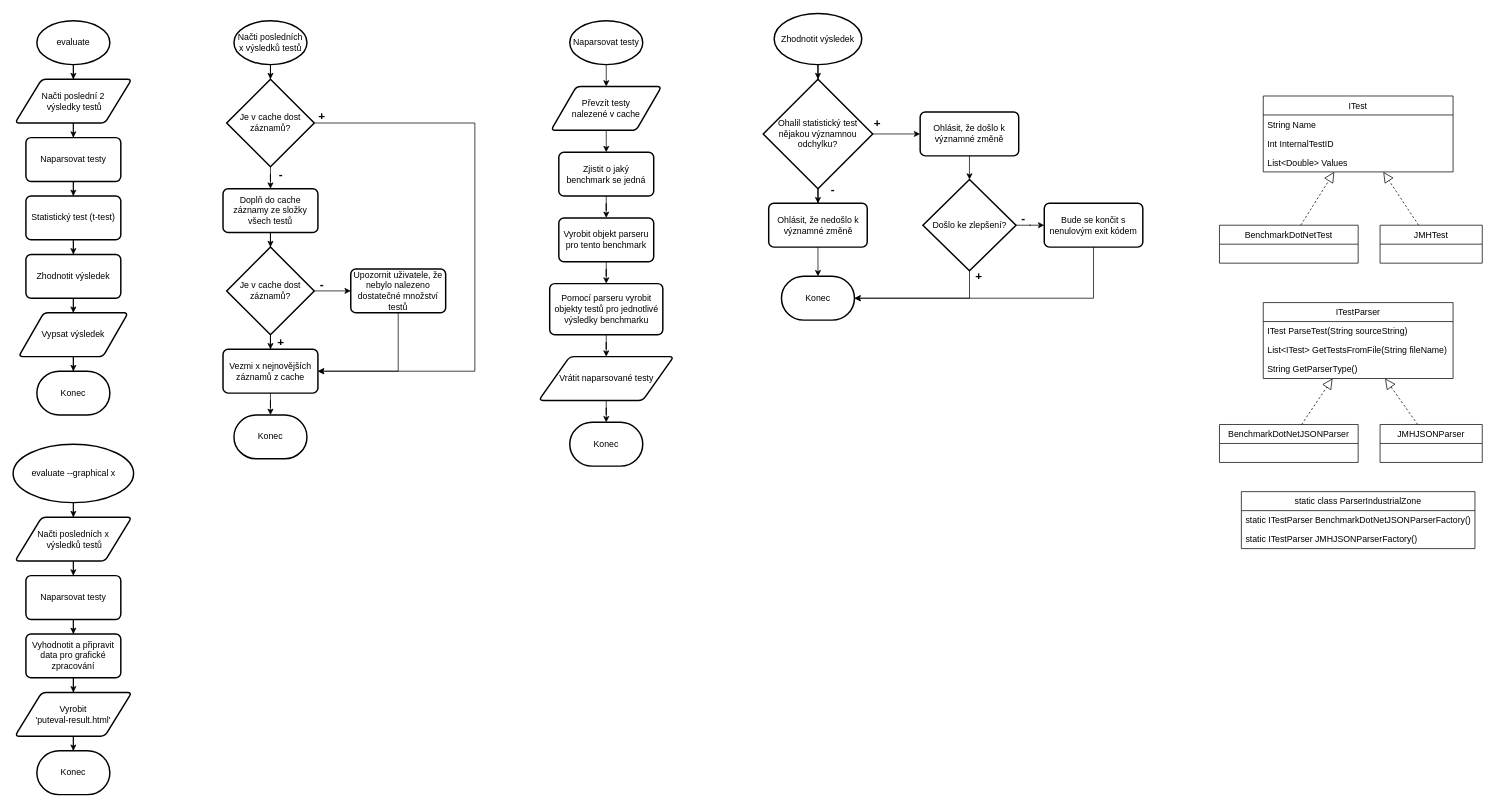
This is page "evaluate" (1 of 6) of pute-diagramy.drawio from BigGargoyle/PerfEval, a draw.io file, before an edit. Source tidied: cells renumbered, new cells numbered last; positions are measured from the earlier drawing's top-left corner, leaving out a move shared by most shapes. Both pictures are drawn from the tidied source at 73%, with x=0, y=0 at pixel (13, 13).
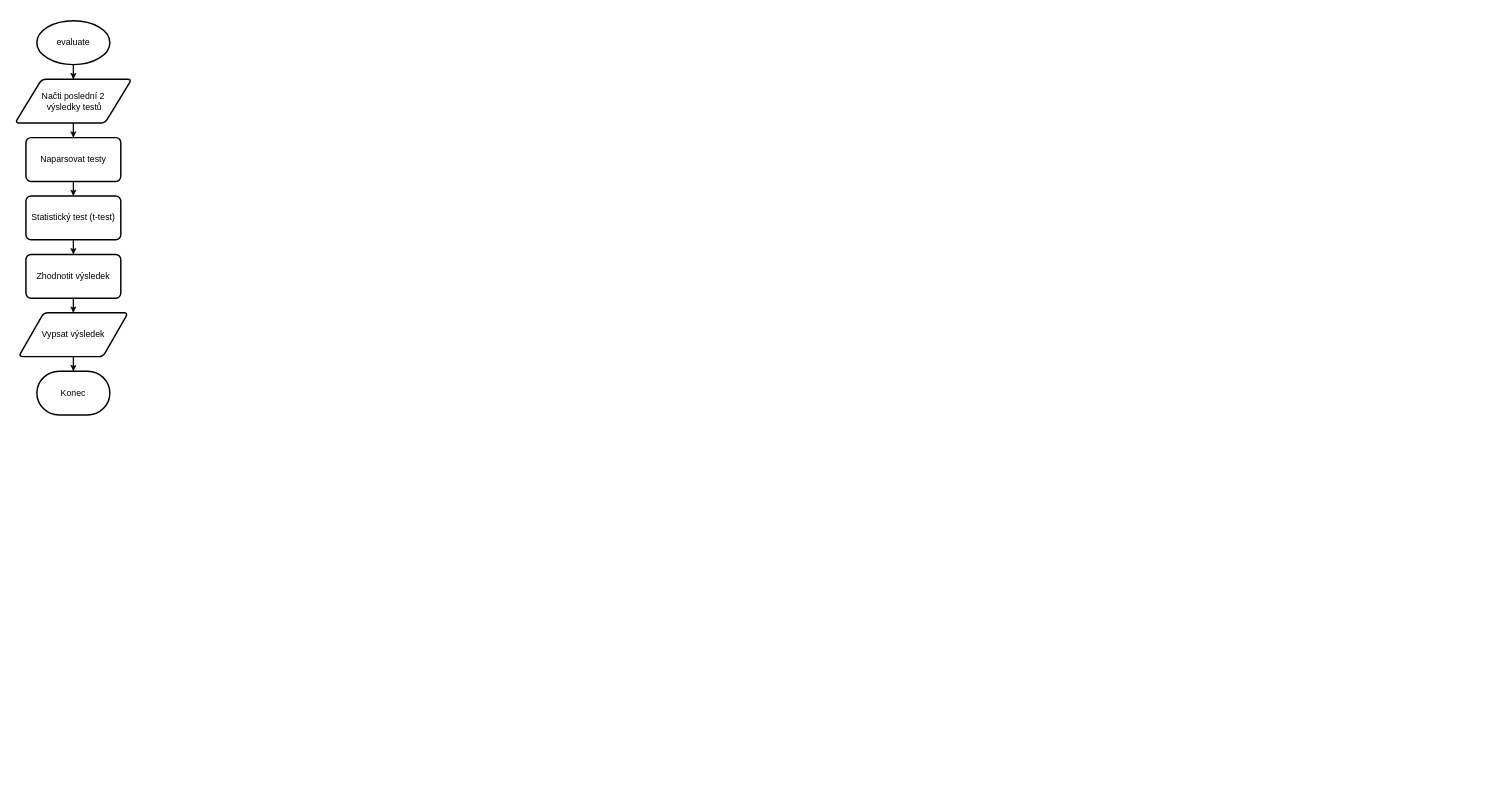
Above is the later version.

Commit message:
rozložení so stránek

What changed in the source:
```diff
@@
-    <mxCell id="15" style="edgeStyle=orthogonalEdgeStyle;rounded=0;jettySize=auto;html=1;" parent="1" edge="1" source="16" target="18">
-      <mxGeometry relative="1" as="geometry" />
-    </mxCell>
-    <mxCell id="16" value="evaluate --graphical x" style="strokeWidth=2;html=1;shape=mxgraph.flowchart.start_1;whiteSpace=wrap;" parent="1" vertex="1">
-      <mxGeometry x="-0.5" y="590" width="165" height="80" as="geometry" />
-    </mxCell>
-    <mxCell id="17" style="edgeStyle=orthogonalEdgeStyle;rounded=0;jettySize=auto;html=1;" parent="1" edge="1" source="18" target="20">
-      <mxGeometry relative="1" as="geometry" />
-    </mxCell>
-    <mxCell id="18" value="Načti posledních x&lt;br&gt;&amp;nbsp;výsledků testů" style="shape=parallelogram;html=1;strokeWidth=2;perimeter=parallelogramPerimeter;whiteSpace=wrap;rounded=1;arcSize=12;size=0.23;" parent="1" vertex="1">
-      <mxGeometry x="2" y="690" width="160" height="60" as="geometry" />
-    </mxCell>
-    <mxCell id="19" style="edgeStyle=orthogonalEdgeStyle;rounded=0;jettySize=auto;html=1;" parent="1" edge="1" source="20" target="22">
-      <mxGeometry relative="1" as="geometry" />
-    </mxCell>
-    <mxCell id="20" value="Naparsovat testy" style="rounded=1;whiteSpace=wrap;html=1;absoluteArcSize=1;arcSize=14;strokeWidth=2;" parent="1" vertex="1">
-      <mxGeometry x="17" y="770" width="130" height="60" as="geometry" />
-    </mxCell>
-    <mxCell id="21" style="edgeStyle=orthogonalEdgeStyle;rounded=0;jettySize=auto;html=1;" parent="1" edge="1" source="22" target="24">
-      <mxGeometry relative="1" as="geometry" />
-    </mxCell>
-    <mxCell id="22" value="Vyhodnotit a připravit data pro grafické zpracování" style="rounded=1;whiteSpace=wrap;html=1;absoluteArcSize=1;arcSize=14;strokeWidth=2;" parent="1" vertex="1">
-      <mxGeometry x="17" y="850" width="130" height="60" as="geometry" />
-    </mxCell>
-    <mxCell id="23" style="edgeStyle=orthogonalEdgeStyle;rounded=0;jettySize=auto;html=1;" parent="1" edge="1" source="24" target="25">
-      <mxGeometry relative="1" as="geometry" />
-    </mxCell>
-    <mxCell id="24" value="Vyrobit &lt;br&gt;'puteval-result.html'" style="shape=parallelogram;html=1;strokeWidth=2;perimeter=parallelogramPerimeter;whiteSpace=wrap;rounded=1;arcSize=12;size=0.23;" parent="1" vertex="1">
-      <mxGeometry x="2" y="930" width="160" height="60" as="geometry" />
-    </mxCell>
-    <mxCell id="25" value="Konec" style="strokeWidth=2;html=1;shape=mxgraph.flowchart.terminator;whiteSpace=wrap;" parent="1" vertex="1">
-      <mxGeometry x="32" y="1010" width="100" height="60" as="geometry" />
-    </mxCell>
-    <mxCell id="26" style="edgeStyle=orthogonalEdgeStyle;rounded=0;jettySize=auto;html=1;" parent="1" edge="1" source="27" target="30">
-      <mxGeometry relative="1" as="geometry" />
-    </mxCell>
-    <mxCell id="27" value="Načti posledních x výsledků testů" style="strokeWidth=2;html=1;shape=mxgraph.flowchart.start_1;whiteSpace=wrap;" parent="1" vertex="1">
-      <mxGeometry x="302" y="10" width="100" height="60" as="geometry" />
-    </mxCell>
-    <mxCell id="28" style="edgeStyle=orthogonalEdgeStyle;rounded=0;jettySize=auto;html=1;" parent="1" edge="1" source="30" target="32">
-      <mxGeometry relative="1" as="geometry" />
-    </mxCell>
-    <mxCell id="29" style="edgeStyle=orthogonalEdgeStyle;rounded=0;jettySize=auto;html=1;entryX=1;entryY=0.5;entryDx=0;entryDy=0;" parent="1" edge="1" source="30" target="37">
-      <mxGeometry relative="1" as="geometry">
-        <Array as="points">
-          <mxPoint x="632" y="150" />
-          <mxPoint x="632" y="490" />
-        </Array>
-      </mxGeometry>
-    </mxCell>
-    <mxCell id="30" value="Je v cache dost záznamů?" style="strokeWidth=2;html=1;shape=mxgraph.flowchart.decision;whiteSpace=wrap;" parent="1" vertex="1">
-      <mxGeometry x="292" y="90" width="120" height="120" as="geometry" />
-    </mxCell>
-    <mxCell id="31" style="edgeStyle=orthogonalEdgeStyle;rounded=0;jettySize=auto;html=1;" parent="1" edge="1" source="32" target="35">
-      <mxGeometry relative="1" as="geometry" />
-    </mxCell>
-    <mxCell id="32" value="Doplň do cache záznamy ze složky všech testů" style="rounded=1;whiteSpace=wrap;html=1;absoluteArcSize=1;arcSize=14;strokeWidth=2;" parent="1" vertex="1">
-      <mxGeometry x="287" y="240" width="130" height="60" as="geometry" />
-    </mxCell>
-    <mxCell id="33" style="edgeStyle=orthogonalEdgeStyle;rounded=0;jettySize=auto;html=1;" parent="1" edge="1" source="35" target="37">
-      <mxGeometry relative="1" as="geometry" />
-    </mxCell>
-    <mxCell id="34" style="edgeStyle=orthogonalEdgeStyle;rounded=0;jettySize=auto;html=1;" parent="1" edge="1" source="35" target="40">
-      <mxGeometry relative="1" as="geometry" />
-    </mxCell>
-    <mxCell id="35" value="Je v cache dost záznamů?" style="strokeWidth=2;html=1;shape=mxgraph.flowchart.decision;whiteSpace=wrap;" parent="1" vertex="1">
-      <mxGeometry x="292" y="320" width="120" height="120" as="geometry" />
-    </mxCell>
-    <mxCell id="36" style="edgeStyle=orthogonalEdgeStyle;rounded=0;jettySize=auto;html=1;" parent="1" edge="1" source="37" target="38">
-      <mxGeometry relative="1" as="geometry" />
-    </mxCell>
-    <mxCell id="37" value="Vezmi x nejnovějších záznamů z cache" style="rounded=1;whiteSpace=wrap;html=1;absoluteArcSize=1;arcSize=14;strokeWidth=2;" parent="1" vertex="1">
-      <mxGeometry x="287" y="460" width="130" height="60" as="geometry" />
-    </mxCell>
-    <mxCell id="38" value="Konec" style="strokeWidth=2;html=1;shape=mxgraph.flowchart.terminator;whiteSpace=wrap;" parent="1" vertex="1">
-      <mxGeometry x="302" y="550" width="100" height="60" as="geometry" />
-    </mxCell>
-    <mxCell id="39" style="edgeStyle=orthogonalEdgeStyle;rounded=0;jettySize=auto;html=1;entryX=1;entryY=0.5;entryDx=0;entryDy=0;" parent="1" edge="1" source="40" target="37">
-      <mxGeometry relative="1" as="geometry">
-        <Array as="points">
-          <mxPoint x="527" y="490" />
-        </Array>
-      </mxGeometry>
-    </mxCell>
-    <mxCell id="40" value="Upozornit uživatele, že nebylo nalezeno dostatečné množství testů" style="rounded=1;whiteSpace=wrap;html=1;absoluteArcSize=1;arcSize=14;strokeWidth=2;" parent="1" vertex="1">
-      <mxGeometry x="462" y="350" width="130" height="60" as="geometry" />
-    </mxCell>
-    <mxCell id="41" value="+" style="text;html=1;align=center;verticalAlign=middle;fontStyle=1;fontSize=16;" parent="1" vertex="1">
-      <mxGeometry x="412" y="130" width="20" height="20" as="geometry" />
-    </mxCell>
-    <mxCell id="42" value="+" style="text;html=1;align=center;verticalAlign=middle;fontStyle=1;fontSize=16;" parent="1" vertex="1">
-      <mxGeometry x="356" y="440" width="20" height="20" as="geometry" />
-    </mxCell>
-    <mxCell id="43" value="-" style="text;html=1;align=center;verticalAlign=middle;fontStyle=1;fontSize=16;" parent="1" vertex="1">
-      <mxGeometry x="412" y="360" width="20" height="20" as="geometry" />
-    </mxCell>
-    <mxCell id="44" value="-" style="text;html=1;align=center;verticalAlign=middle;fontStyle=1;fontSize=16;" parent="1" vertex="1">
-      <mxGeometry x="356" y="210" width="20" height="20" as="geometry" />
-    </mxCell>
-    <mxCell id="45" style="edgeStyle=orthogonalEdgeStyle;rounded=0;jettySize=auto;html=1;fontSize=12;" parent="1" edge="1" source="46" target="48">
-      <mxGeometry relative="1" as="geometry" />
-    </mxCell>
-    <mxCell id="46" value="Naparsovat testy" style="strokeWidth=2;html=1;shape=mxgraph.flowchart.start_1;whiteSpace=wrap;fontSize=12;" parent="1" vertex="1">
-      <mxGeometry x="762" y="10" width="100" height="60" as="geometry" />
-    </mxCell>
-    <mxCell id="47" style="edgeStyle=orthogonalEdgeStyle;rounded=0;jettySize=auto;html=1;fontSize=12;" parent="1" edge="1" source="48" target="50">
-      <mxGeometry relative="1" as="geometry" />
-    </mxCell>
-    <mxCell id="48" value="Převzít testy &lt;br&gt;nalezené v cache" style="shape=parallelogram;html=1;strokeWidth=2;perimeter=parallelogramPerimeter;whiteSpace=wrap;rounded=1;arcSize=12;size=0.23;fontSize=12;" parent="1" vertex="1">
-      <mxGeometry x="736.2" y="100" width="151.5" height="60" as="geometry" />
-    </mxCell>
-    <mxCell id="49" style="edgeStyle=orthogonalEdgeStyle;rounded=0;jettySize=auto;html=1;fontSize=12;" parent="1" edge="1" source="50" target="52">
-      <mxGeometry relative="1" as="geometry" />
-    </mxCell>
-    <mxCell id="50" value="Zjistit o jaký &lt;br&gt;benchmark se jedná" style="rounded=1;whiteSpace=wrap;html=1;absoluteArcSize=1;arcSize=14;strokeWidth=2;fontSize=12;" parent="1" vertex="1">
-      <mxGeometry x="747" y="190" width="130" height="60" as="geometry" />
-    </mxCell>
-    <mxCell id="51" style="edgeStyle=orthogonalEdgeStyle;rounded=0;jettySize=auto;html=1;fontSize=12;" parent="1" edge="1" source="52" target="54">
-      <mxGeometry relative="1" as="geometry" />
-    </mxCell>
-    <mxCell id="52" value="Vyrobit objekt parseru pro tento benchmark" style="rounded=1;whiteSpace=wrap;html=1;absoluteArcSize=1;arcSize=14;strokeWidth=2;fontSize=12;" parent="1" vertex="1">
-      <mxGeometry x="747" y="280" width="130" height="60" as="geometry" />
-    </mxCell>
-    <mxCell id="53" style="edgeStyle=orthogonalEdgeStyle;rounded=0;jettySize=auto;html=1;fontSize=12;" parent="1" edge="1" source="54" target="56">
-      <mxGeometry relative="1" as="geometry" />
-    </mxCell>
-    <mxCell id="54" value="Pomocí parseru vyrobit objekty testů pro jednotlivé výsledky benchmarku" style="rounded=1;whiteSpace=wrap;html=1;absoluteArcSize=1;arcSize=14;strokeWidth=2;fontSize=12;" parent="1" vertex="1">
-      <mxGeometry x="734.5" y="370" width="155" height="70" as="geometry" />
-    </mxCell>
-    <mxCell id="55" style="edgeStyle=orthogonalEdgeStyle;rounded=0;jettySize=auto;html=1;fontSize=12;" parent="1" edge="1" source="56" target="57">
-      <mxGeometry relative="1" as="geometry" />
-    </mxCell>
-    <mxCell id="56" value="Vrátit naparsované testy" style="shape=parallelogram;html=1;strokeWidth=2;perimeter=parallelogramPerimeter;whiteSpace=wrap;rounded=1;arcSize=12;size=0.23;fontSize=12;" parent="1" vertex="1">
-      <mxGeometry x="719.5" y="470" width="185" height="60" as="geometry" />
-    </mxCell>
-    <mxCell id="57" value="Konec" style="strokeWidth=2;html=1;shape=mxgraph.flowchart.terminator;whiteSpace=wrap;fontSize=12;" parent="1" vertex="1">
-      <mxGeometry x="762" y="560" width="100" height="60" as="geometry" />
-    </mxCell>
-    <mxCell id="58" style="edgeStyle=orthogonalEdgeStyle;rounded=0;jettySize=auto;html=1;fontSize=12;" parent="1" edge="1" source="59" target="62">
-      <mxGeometry relative="1" as="geometry" />
-    </mxCell>
-    <mxCell id="59" value="Zhodnotit výsledek" style="strokeWidth=2;html=1;shape=mxgraph.flowchart.start_1;whiteSpace=wrap;fontSize=12;" parent="1" vertex="1">
-      <mxGeometry x="1042" width="120" height="70" as="geometry" />
-    </mxCell>
-    <mxCell id="60" style="edgeStyle=orthogonalEdgeStyle;rounded=0;jettySize=auto;html=1;fontSize=12;" parent="1" edge="1" source="62" target="64">
-      <mxGeometry relative="1" as="geometry" />
-    </mxCell>
-    <mxCell id="61" style="edgeStyle=orthogonalEdgeStyle;rounded=0;jettySize=auto;html=1;fontSize=12;" parent="1" edge="1" source="62" target="69">
-      <mxGeometry relative="1" as="geometry" />
-    </mxCell>
-    <mxCell id="62" value="Ohalil statistický test &lt;br&gt;nějakou významnou odchylku?" style="strokeWidth=2;html=1;shape=mxgraph.flowchart.decision;whiteSpace=wrap;fontSize=12;" parent="1" vertex="1">
-      <mxGeometry x="1027" y="90" width="150" height="150" as="geometry" />
-    </mxCell>
-    <mxCell id="63" style="edgeStyle=orthogonalEdgeStyle;rounded=0;jettySize=auto;html=1;fontSize=12;" parent="1" edge="1" source="64" target="72">
-      <mxGeometry relative="1" as="geometry" />
-    </mxCell>
-    <mxCell id="64" value="Ohlásit, že nedošlo k významné změně" style="rounded=1;whiteSpace=wrap;html=1;absoluteArcSize=1;arcSize=14;strokeWidth=2;fontSize=12;" parent="1" vertex="1">
-      <mxGeometry x="1034.5" y="260" width="135" height="60" as="geometry" />
-    </mxCell>
-    <mxCell id="65" style="edgeStyle=orthogonalEdgeStyle;rounded=0;jettySize=auto;html=1;fontSize=12;" parent="1" edge="1" source="67" target="71">
-      <mxGeometry relative="1" as="geometry" />
-    </mxCell>
-    <mxCell id="66" style="edgeStyle=orthogonalEdgeStyle;rounded=0;jettySize=auto;html=1;entryX=1;entryY=0.5;entryDx=0;entryDy=0;entryPerimeter=0;fontSize=12;" parent="1" edge="1" source="67" target="72">
-      <mxGeometry relative="1" as="geometry">
-        <Array as="points">
-          <mxPoint x="1310" y="390" />
-        </Array>
-      </mxGeometry>
-    </mxCell>
-    <mxCell id="67" value="Došlo ke zlepšení?" style="strokeWidth=2;html=1;shape=mxgraph.flowchart.decision;whiteSpace=wrap;fontSize=12;" parent="1" vertex="1">
-      <mxGeometry x="1245.8" y="227.5" width="127.5" height="125" as="geometry" />
-    </mxCell>
-    <mxCell id="68" style="edgeStyle=orthogonalEdgeStyle;rounded=0;jettySize=auto;html=1;fontSize=12;" parent="1" edge="1" source="69" target="67">
-      <mxGeometry relative="1" as="geometry" />
-    </mxCell>
-    <mxCell id="69" value="Ohlásit, že došlo k významné změně" style="rounded=1;whiteSpace=wrap;html=1;absoluteArcSize=1;arcSize=14;strokeWidth=2;fontSize=12;" parent="1" vertex="1">
-      <mxGeometry x="1242" y="135" width="135" height="60" as="geometry" />
-    </mxCell>
-    <mxCell id="70" style="edgeStyle=orthogonalEdgeStyle;rounded=0;jettySize=auto;html=1;entryX=1;entryY=0.5;entryDx=0;entryDy=0;entryPerimeter=0;fontSize=12;" parent="1" edge="1" source="71" target="72">
-      <mxGeometry relative="1" as="geometry">
-        <Array as="points">
-          <mxPoint x="1479" y="390" />
-        </Array>
-      </mxGeometry>
-    </mxCell>
-    <mxCell id="71" value="Bude se končit s nenulovým exit kódem" style="rounded=1;whiteSpace=wrap;html=1;absoluteArcSize=1;arcSize=14;strokeWidth=2;fontSize=12;" parent="1" vertex="1">
-      <mxGeometry x="1412" y="260" width="135" height="60" as="geometry" />
-    </mxCell>
-    <mxCell id="72" value="Konec" style="strokeWidth=2;html=1;shape=mxgraph.flowchart.terminator;whiteSpace=wrap;fontSize=12;" parent="1" vertex="1">
-      <mxGeometry x="1052" y="360" width="100" height="60" as="geometry" />
-    </mxCell>
-    <mxCell id="73" value="-" style="text;html=1;align=center;verticalAlign=middle;fontStyle=1;fontSize=16;" parent="1" vertex="1">
-      <mxGeometry x="1373.2" y="270" width="20" height="20" as="geometry" />
-    </mxCell>
-    <mxCell id="74" value="-" style="text;html=1;align=center;verticalAlign=middle;fontStyle=1;fontSize=16;" parent="1" vertex="1">
-      <mxGeometry x="1112" y="230" width="20" height="20" as="geometry" />
-    </mxCell>
-    <mxCell id="75" value="+" style="text;html=1;align=center;verticalAlign=middle;fontStyle=1;fontSize=16;" parent="1" vertex="1">
-      <mxGeometry x="1173" y="140" width="20" height="20" as="geometry" />
-    </mxCell>
-    <mxCell id="76" value="+" style="text;html=1;align=center;verticalAlign=middle;fontStyle=1;fontSize=16;" parent="1" vertex="1">
-      <mxGeometry x="1312" y="350" width="20" height="20" as="geometry" />
-    </mxCell>
-    <mxCell id="77" value="ITest" style="swimlane;fontStyle=0;horizontal=1;startSize=26;fillColor=none;" parent="1" vertex="1">
-      <mxGeometry x="1712" y="113" width="260" height="104" as="geometry" />
-    </mxCell>
-    <mxCell id="78" value="String Name" style="text;strokeColor=none;fillColor=none;align=left;verticalAlign=top;spacingLeft=4;spacingRight=4;overflow=hidden;" parent="77" vertex="1">
-      <mxGeometry y="26" width="260" height="26" as="geometry" />
-    </mxCell>
-    <mxCell id="79" value="Int InternalTestID" style="text;strokeColor=none;fillColor=none;align=left;verticalAlign=top;spacingLeft=4;spacingRight=4;overflow=hidden;" parent="77" vertex="1">
-      <mxGeometry y="52" width="260" height="26" as="geometry" />
-    </mxCell>
-    <mxCell id="80" value="List&lt;Double&gt; Values" style="text;strokeColor=none;fillColor=none;align=left;verticalAlign=top;spacingLeft=4;spacingRight=4;overflow=hidden;" parent="77" vertex="1">
-      <mxGeometry y="78" width="260" height="26" as="geometry" />
-    </mxCell>
-    <mxCell id="81" value="JMHTest" style="swimlane;fontStyle=0;horizontal=1;startSize=26;fillColor=none;" parent="1" vertex="1">
-      <mxGeometry x="1872" y="290" width="140" height="52" as="geometry" />
-    </mxCell>
-    <mxCell id="82" value="BenchmarkDotNetTest" style="swimlane;fontStyle=0;horizontal=1;startSize=26;fillColor=none;" parent="1" vertex="1">
-      <mxGeometry x="1652" y="290" width="190" height="52" as="geometry" />
-    </mxCell>
-    <mxCell id="83" style="endArrow=block;dashed=1;endFill=0;endSize=12;html=1;" parent="1" edge="1" source="81" target="77">
-      <mxGeometry relative="1" as="geometry" />
-    </mxCell>
-    <mxCell id="84" style="endArrow=block;dashed=1;endFill=0;endSize=12;html=1;" parent="1" edge="1" source="82" target="77">
-      <mxGeometry relative="1" as="geometry" />
-    </mxCell>
-    <mxCell id="85" value="ITestParser" style="swimlane;fontStyle=0;horizontal=1;startSize=26;fillColor=none;" parent="1" vertex="1">
-      <mxGeometry x="1712" y="396" width="260" height="104" as="geometry" />
-    </mxCell>
-    <mxCell id="86" value="ITest ParseTest(String sourceString)" style="text;strokeColor=none;fillColor=none;align=left;verticalAlign=top;spacingLeft=4;spacingRight=4;overflow=hidden;" parent="85" vertex="1">
-      <mxGeometry y="26" width="260" height="26" as="geometry" />
-    </mxCell>
-    <mxCell id="87" value="List&lt;ITest&gt; GetTestsFromFile(String fileName)" style="text;strokeColor=none;fillColor=none;align=left;verticalAlign=top;spacingLeft=4;spacingRight=4;overflow=hidden;" parent="85" vertex="1">
-      <mxGeometry y="52" width="260" height="26" as="geometry" />
-    </mxCell>
-    <mxCell id="88" value="String GetParserType()" style="text;strokeColor=none;fillColor=none;align=left;verticalAlign=top;spacingLeft=4;spacingRight=4;overflow=hidden;" parent="85" vertex="1">
-      <mxGeometry y="78" width="260" height="26" as="geometry" />
-    </mxCell>
-    <mxCell id="89" value="BenchmarkDotNetJSONParser" style="swimlane;fontStyle=0;horizontal=1;startSize=26;fillColor=none;" parent="1" vertex="1">
-      <mxGeometry x="1652" y="563" width="190" height="52" as="geometry" />
-    </mxCell>
-    <mxCell id="90" value="JMHJSONParser" style="swimlane;fontStyle=0;horizontal=1;startSize=26;fillColor=none;" parent="1" vertex="1">
-      <mxGeometry x="1872" y="563" width="140" height="52" as="geometry" />
-    </mxCell>
-    <mxCell id="91" style="endArrow=block;dashed=1;endFill=0;endSize=12;html=1;" parent="1" edge="1" source="89" target="85">
-      <mxGeometry relative="1" as="geometry" />
-    </mxCell>
-    <mxCell id="92" style="endArrow=block;dashed=1;endFill=0;endSize=12;html=1;" parent="1" edge="1" source="90" target="85">
-      <mxGeometry relative="1" as="geometry" />
-    </mxCell>
-    <mxCell id="93" value="static class ParserIndustrialZone" style="swimlane;fontStyle=0;horizontal=1;startSize=26;fillColor=none;" parent="1" vertex="1">
-      <mxGeometry x="1682" y="655" width="320" height="78" as="geometry" />
-    </mxCell>
-    <mxCell id="94" value="static ITestParser BenchmarkDotNetJSONParserFactory()" style="text;strokeColor=none;fillColor=none;align=left;verticalAlign=top;spacingLeft=4;spacingRight=4;overflow=hidden;" parent="93" vertex="1">
-      <mxGeometry y="26" width="320" height="26" as="geometry" />
-    </mxCell>
-    <mxCell id="95" value="static ITestParser JMHJSONParserFactory()" style="text;strokeColor=none;fillColor=none;align=left;verticalAlign=top;spacingLeft=4;spacingRight=4;overflow=hidden;" parent="93" vertex="1">
-      <mxGeometry y="52" width="320" height="26" as="geometry" />
-    </mxCell>
```
